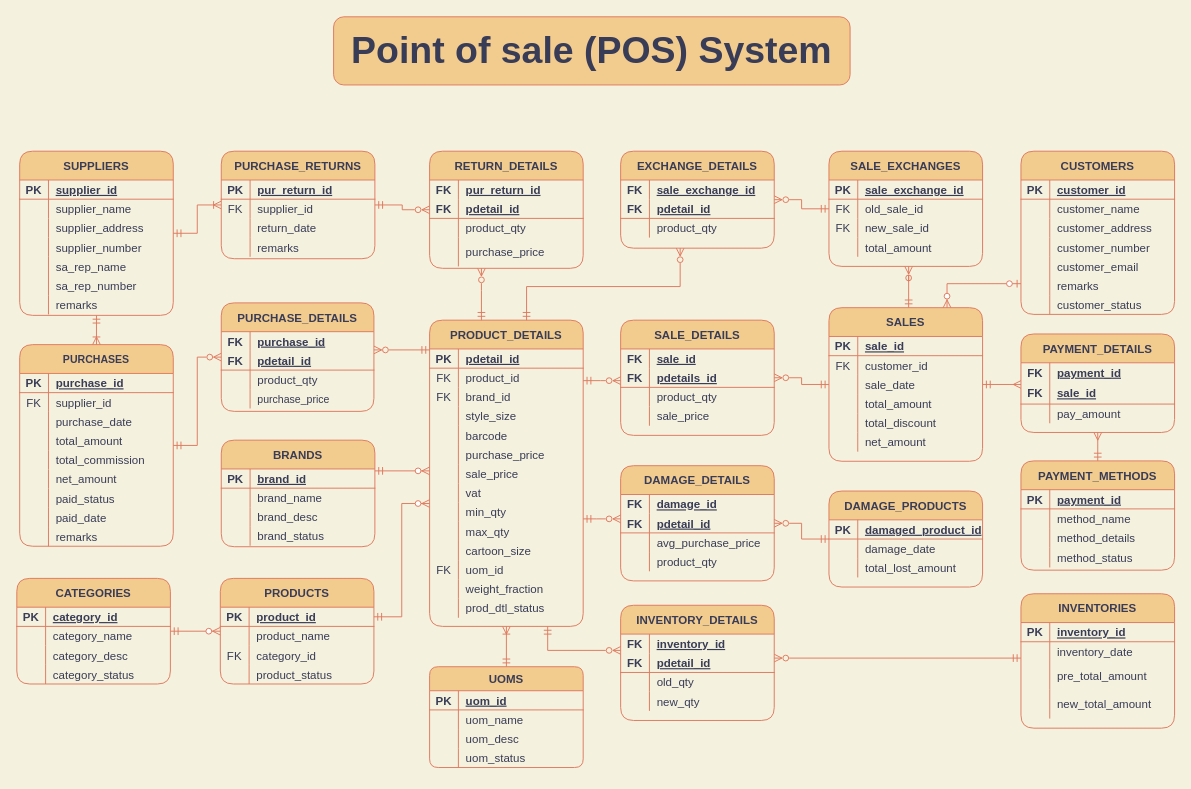
Before: ER_Diagram/POS_ERD.drawio in mdkhyruzzaman/pos_system_using_oracle_apex, a draw.io diagram. Source tidied: cells renumbered, new cells numbered last; positions are measured from the earlier drawing's top-left corner, leaving out a move shared by most shapes. Both pictures are drawn from the tidied source at 96%, with x=0, y=0 at pixel (16, 16).
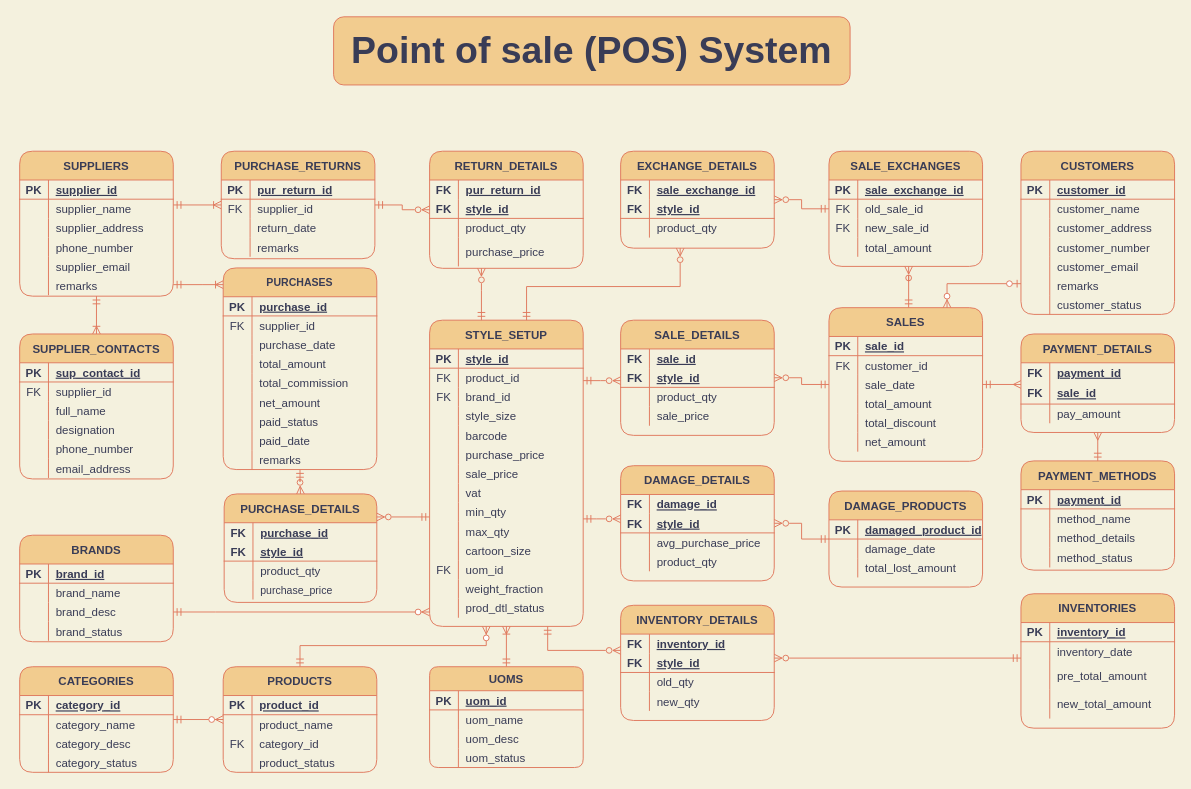
The same page after the edit.

Commit message (it also covers changes not shown here):
Modify ERD and Script

Unchanged cells that the change refers to:
```xml
<mxCell id="4" style="shape=tableRow;horizontal=0;startSize=0;swimlaneHead=0;swimlaneBody=0;fillColor=none;points=[[0,0.5],[1,0.5]];portConstraint=eastwest;top=0;left=0;right=0;bottom=1;rounded=0;shadow=0;sketch=0;swimlaneLine=1;strokeColor=#E07A5F;fontColor=#393C56;" parent="3" vertex="1">
  <mxGeometry y="30" width="160" height="20" as="geometry" />
</mxCell>
<mxCell id="17" style="shape=tableRow;horizontal=0;startSize=0;swimlaneHead=0;swimlaneBody=0;fillColor=none;top=0;left=0;right=0;bottom=1;rounded=0;shadow=0;sketch=0;swimlaneLine=1;strokeColor=#E07A5F;fontColor=#393C56;" parent="16" vertex="1">
  <mxGeometry y="30" width="160" height="20" as="geometry" />
</mxCell>
<mxCell id="74" style="shape=tableRow;horizontal=0;startSize=0;swimlaneHead=0;swimlaneBody=0;fillColor=none;points=[[0,0.5],[1,0.5]];portConstraint=eastwest;top=0;left=0;right=0;bottom=1;rounded=0;shadow=0;sketch=0;swimlaneLine=1;strokeColor=#E07A5F;fontColor=#393C56;" parent="73" vertex="1">
  <mxGeometry y="30" width="160" height="20" as="geometry" />
</mxCell>
<mxCell id="118" style="shape=tableRow;horizontal=0;startSize=0;swimlaneHead=0;swimlaneBody=0;fillColor=none;top=0;left=0;right=0;bottom=0;rounded=0;sketch=0;swimlaneLine=1;shadow=0;strokeColor=#E07A5F;fontColor=#393C56;" parent="108" vertex="1">
  <mxGeometry y="90" width="160" height="20" as="geometry" />
</mxCell>
<mxCell id="121" style="shape=tableRow;horizontal=0;startSize=0;swimlaneHead=0;swimlaneBody=0;fillColor=none;top=0;left=0;right=0;bottom=0;rounded=0;sketch=0;swimlaneLine=1;shadow=0;strokeColor=#E07A5F;fontColor=#393C56;" parent="108" vertex="1">
  <mxGeometry y="110" width="160" height="20" as="geometry" />
</mxCell>
<mxCell id="163" style="shape=tableRow;horizontal=0;startSize=0;swimlaneHead=0;swimlaneBody=0;fillColor=none;top=0;left=0;right=0;bottom=1;rounded=0;sketch=0;swimlaneLine=1;shadow=0;strokeColor=#E07A5F;fontColor=#393C56;" parent="159" vertex="1">
  <mxGeometry y="50" width="159" height="20" as="geometry" />
</mxCell>
<mxCell id="195" style="shape=tableRow;horizontal=0;startSize=0;swimlaneHead=0;swimlaneBody=0;fillColor=none;top=0;left=0;right=0;bottom=1;rounded=0;sketch=0;swimlaneLine=1;shadow=0;strokeColor=#E07A5F;fontColor=#393C56;" parent="191" vertex="1">
  <mxGeometry y="50" width="160" height="20" as="geometry" />
</mxCell>
<mxCell id="222" value="PURCHASE_RETURNS" style="shape=table;startSize=30;childLayout=tableLayout;rowLines=0;fontStyle=1;align=center;rounded=1;sketch=0;swimlaneLine=1;shadow=0;fillColor=#F2CC8F;strokeColor=#E07A5F;fontColor=#393C56;" parent="1" vertex="1">
  <mxGeometry x="213" y="140" width="160" height="112" as="geometry" />
</mxCell>
<mxCell id="239" style="shape=tableRow;horizontal=0;startSize=0;swimlaneHead=0;swimlaneBody=0;fillColor=none;top=0;left=0;right=0;bottom=1;rounded=0;sketch=0;swimlaneLine=1;shadow=0;strokeColor=#E07A5F;fontColor=#393C56;" parent="235" vertex="1">
  <mxGeometry y="50" width="160" height="20" as="geometry" />
</mxCell>
<mxCell id="281" style="shape=tableRow;horizontal=0;startSize=0;swimlaneHead=0;swimlaneBody=0;fillColor=none;top=0;left=0;right=0;bottom=1;rounded=0;sketch=0;swimlaneLine=1;shadow=0;strokeColor=#E07A5F;fontColor=#393C56;" parent="277" vertex="1">
  <mxGeometry y="50" width="160" height="20" as="geometry" />
</mxCell>
<mxCell id="304" style="shape=tableRow;horizontal=0;startSize=0;swimlaneHead=0;swimlaneBody=0;fillColor=none;top=0;left=0;right=0;bottom=1;rounded=0;sketch=0;swimlaneLine=1;shadow=0;strokeColor=#E07A5F;fontColor=#393C56;" parent="300" vertex="1">
  <mxGeometry y="50" width="160" height="20" as="geometry" />
</mxCell>
<mxCell id="332" style="shape=tableRow;horizontal=0;startSize=0;swimlaneHead=0;swimlaneBody=0;fillColor=none;top=0;left=0;right=0;bottom=1;rounded=0;sketch=0;swimlaneLine=1;shadow=0;strokeColor=#E07A5F;fontColor=#393C56;" parent="328" vertex="1">
  <mxGeometry y="50" width="160" height="20" as="geometry" />
</mxCell>
```

The edit, as a diff of the source:
```diff
@@
     <mxCell id="3" value="PRODUCTS" style="shape=table;startSize=30;childLayout=tableLayout;rowLines=0;fontStyle=1;align=center;rounded=1;shadow=0;sketch=0;swimlaneLine=1;fillColor=#F2CC8F;strokeColor=#E07A5F;fontColor=#393C56;" parent="1" vertex="1">
-      <mxGeometry x="212" y="585" width="160" height="110" as="geometry" />
+      <mxGeometry x="215" y="677" width="160" height="110" as="geometry" />
     </mxCell>
@@
-    <mxCell id="16" value="PRODUCT_DETAILS" style="shape=table;startSize=30;childLayout=tableLayout;rowLines=0;fontStyle=1;align=center;rounded=1;shadow=0;sketch=0;swimlaneLine=1;fillColor=#F2CC8F;strokeColor=#E07A5F;fontColor=#393C56;" parent="1" vertex="1">
+    <mxCell id="16" value="STYLE_SETUP" style="shape=table;startSize=30;childLayout=tableLayout;rowLines=0;fontStyle=1;align=center;rounded=1;shadow=0;sketch=0;swimlaneLine=1;fillColor=#F2CC8F;strokeColor=#E07A5F;fontColor=#393C56;" parent="1" vertex="1">
       <mxGeometry x="430" y="316" width="160" height="319" as="geometry" />
     </mxCell>
@@
-    <mxCell id="19" value="pdetail_id" style="shape=partialRectangle;fillColor=none;top=0;left=0;bottom=0;right=0;align=left;spacingLeft=6;fontStyle=5;overflow=hidden;rounded=0;shadow=0;sketch=0;swimlaneLine=1;strokeColor=#E07A5F;fontColor=#393C56;" parent="17" vertex="1">
+    <mxCell id="19" value="style_id" style="shape=partialRectangle;fillColor=none;top=0;left=0;bottom=0;right=0;align=left;spacingLeft=6;fontStyle=5;overflow=hidden;rounded=0;shadow=0;sketch=0;swimlaneLine=1;strokeColor=#E07A5F;fontColor=#393C56;" parent="17" vertex="1">
       <mxGeometry x="30" width="130" height="20" as="geometry" />
     </mxCell>
@@
     <mxCell id="73" value="BRANDS" style="shape=table;startSize=30;childLayout=tableLayout;rowLines=0;fontStyle=1;align=center;rounded=1;shadow=0;sketch=0;swimlaneLine=1;fillColor=#F2CC8F;strokeColor=#E07A5F;fontColor=#393C56;" parent="1" vertex="1">
-      <mxGeometry x="213" y="441" width="160" height="111" as="geometry" />
+      <mxGeometry x="3" y="540" width="160" height="111" as="geometry" />
     </mxCell>
@@
     <mxCell id="108" value="SUPPLIERS" style="shape=table;startSize=30;childLayout=tableLayout;rowLines=0;fontStyle=1;align=center;rounded=1;sketch=0;swimlaneLine=1;shadow=0;fillColor=#F2CC8F;strokeColor=#E07A5F;fontColor=#393C56;" parent="1" vertex="1">
-      <mxGeometry x="3" y="140" width="160" height="171" as="geometry" />
+      <mxGeometry x="3" y="140" width="160" height="151" as="geometry" />
     </mxCell>
@@
-    <mxCell id="120" value="supplier_number" style="shape=partialRectangle;fillColor=none;top=0;left=0;bottom=0;right=0;align=left;spacingLeft=6;overflow=hidden;rounded=0;sketch=0;swimlaneLine=1;shadow=0;strokeColor=#E07A5F;fontColor=#393C56;" parent="118" vertex="1">
+    <mxCell id="120" value="phone_number" style="shape=partialRectangle;fillColor=none;top=0;left=0;bottom=0;right=0;align=left;spacingLeft=6;overflow=hidden;rounded=0;sketch=0;swimlaneLine=1;shadow=0;strokeColor=#E07A5F;fontColor=#393C56;" parent="118" vertex="1">
       <mxGeometry x="30" width="130" height="20" as="geometry" />
     </mxCell>
@@
-    <mxCell id="123" value="sa_rep_name" style="shape=partialRectangle;fillColor=none;top=0;left=0;bottom=0;right=0;align=left;spacingLeft=6;overflow=hidden;rounded=0;sketch=0;swimlaneLine=1;shadow=0;strokeColor=#E07A5F;fontColor=#393C56;" parent="121" vertex="1">
+    <mxCell id="123" value="supplier_email" style="shape=partialRectangle;fillColor=none;top=0;left=0;bottom=0;right=0;align=left;spacingLeft=6;overflow=hidden;rounded=0;sketch=0;swimlaneLine=1;shadow=0;strokeColor=#E07A5F;fontColor=#393C56;" parent="121" vertex="1">
       <mxGeometry x="30" width="130" height="20" as="geometry" />
     </mxCell>
-    <mxCell id="124" style="shape=tableRow;horizontal=0;startSize=0;swimlaneHead=0;swimlaneBody=0;fillColor=none;top=0;left=0;right=0;bottom=0;rounded=0;sketch=0;swimlaneLine=1;shadow=0;strokeColor=#E07A5F;fontColor=#393C56;" parent="108" vertex="1">
-      <mxGeometry y="130" width="160" height="20" as="geometry" />
-    </mxCell>
-    <mxCell id="125" style="shape=partialRectangle;fillColor=none;top=0;left=0;bottom=0;right=0;overflow=hidden;rounded=0;sketch=0;swimlaneLine=1;shadow=0;strokeColor=#E07A5F;fontColor=#393C56;" parent="124" vertex="1">
-      <mxGeometry width="30" height="20" as="geometry" />
-    </mxCell>
-    <mxCell id="126" value="sa_rep_number" style="shape=partialRectangle;fillColor=none;top=0;left=0;bottom=0;right=0;align=left;spacingLeft=6;overflow=hidden;rounded=0;sketch=0;swimlaneLine=1;shadow=0;strokeColor=#E07A5F;fontColor=#393C56;" parent="124" vertex="1">
-      <mxGeometry x="30" width="130" height="20" as="geometry" />
-    </mxCell>
     <mxCell id="127" style="shape=tableRow;horizontal=0;startSize=0;swimlaneHead=0;swimlaneBody=0;fillColor=none;top=0;left=0;right=0;bottom=0;rounded=0;sketch=0;swimlaneLine=1;shadow=0;strokeColor=#E07A5F;fontColor=#393C56;" parent="108" vertex="1">
-      <mxGeometry y="150" width="160" height="20" as="geometry" />
+      <mxGeometry y="130" width="160" height="20" as="geometry" />
     </mxCell>
@@
     <mxCell id="130" value="PURCHASES" style="shape=table;startSize=30;childLayout=tableLayout;rowLines=0;fontStyle=1;align=center;rounded=1;sketch=0;swimlaneLine=1;shadow=0;fontSize=11;fillColor=#F2CC8F;strokeColor=#E07A5F;fontColor=#393C56;" parent="1" vertex="1">
-      <mxGeometry x="3" y="341.5" width="160" height="210" as="geometry" />
+      <mxGeometry x="215" y="261.6" width="160" height="210" as="geometry" />
     </mxCell>
@@
     <mxCell id="158" style="edgeStyle=orthogonalEdgeStyle;fontSize=12;html=1;endArrow=ERoneToMany;startArrow=ERmandOne;rounded=0;sketch=0;swimlaneLine=1;shadow=0;labelBackgroundColor=#F4F1DE;strokeColor=#E07A5F;fontColor=#393C56;" parent="1" edge="1" source="108" target="130">
-      <mxGeometry relative="1" as="geometry" />
+      <mxGeometry relative="1" as="geometry">
+        <Array as="points">
+          <mxPoint x="193" y="279" />
+          <mxPoint x="193" y="279" />
+        </Array>
+      </mxGeometry>
     </mxCell>
     <mxCell id="159" value="PURCHASE_DETAILS" style="shape=table;startSize=30;childLayout=tableLayout;rowLines=0;fontStyle=1;align=center;rounded=1;sketch=0;swimlaneLine=1;shadow=0;fillColor=#F2CC8F;strokeColor=#E07A5F;fontColor=#393C56;" parent="1" vertex="1">
-      <mxGeometry x="213" y="298" width="159" height="113" as="geometry" />
+      <mxGeometry x="216" y="497" width="159" height="113" as="geometry" />
     </mxCell>
@@
-    <mxCell id="165" value="pdetail_id" style="shape=partialRectangle;fillColor=none;top=0;left=0;bottom=0;right=0;align=left;spacingLeft=6;fontStyle=5;overflow=hidden;rounded=0;sketch=0;swimlaneLine=1;shadow=0;strokeColor=#E07A5F;fontColor=#393C56;" parent="163" vertex="1">
+    <mxCell id="165" value="style_id" style="shape=partialRectangle;fillColor=none;top=0;left=0;bottom=0;right=0;align=left;spacingLeft=6;fontStyle=5;overflow=hidden;rounded=0;sketch=0;swimlaneLine=1;shadow=0;strokeColor=#E07A5F;fontColor=#393C56;" parent="163" vertex="1">
       <mxGeometry x="30" width="129" height="20" as="geometry" />
     </mxCell>
@@
-    <mxCell id="197" value="pdetails_id" style="shape=partialRectangle;fillColor=none;top=0;left=0;bottom=0;right=0;align=left;spacingLeft=6;fontStyle=5;overflow=hidden;rounded=0;sketch=0;swimlaneLine=1;shadow=0;strokeColor=#E07A5F;fontColor=#393C56;" parent="195" vertex="1">
+    <mxCell id="197" value="style_id" style="shape=partialRectangle;fillColor=none;top=0;left=0;bottom=0;right=0;align=left;spacingLeft=6;fontStyle=5;overflow=hidden;rounded=0;sketch=0;swimlaneLine=1;shadow=0;strokeColor=#E07A5F;fontColor=#393C56;" parent="195" vertex="1">
       <mxGeometry x="30" width="130" height="20" as="geometry" />
     </mxCell>
@@
     <mxCell id="205" value="CATEGORIES" style="shape=table;startSize=30;childLayout=tableLayout;rowLines=0;fontStyle=1;align=center;rounded=1;shadow=0;sketch=0;swimlaneLine=1;fillColor=#F2CC8F;strokeColor=#E07A5F;fontColor=#393C56;" parent="1" vertex="1">
-      <mxGeometry y="585" width="160" height="110" as="geometry" />
+      <mxGeometry x="3" y="677" width="160" height="110" as="geometry" />
     </mxCell>
@@
-    <mxCell id="219" style="edgeStyle=orthogonalEdgeStyle;fontSize=12;html=1;endArrow=ERzeroToMany;startArrow=ERmandOne;rounded=0;sketch=0;swimlaneLine=1;shadow=0;labelBackgroundColor=#F4F1DE;strokeColor=#E07A5F;fontColor=#393C56;" parent="1" edge="1" source="4" target="16">
+    <mxCell id="219" style="edgeStyle=orthogonalEdgeStyle;fontSize=12;html=1;endArrow=ERzeroToMany;startArrow=ERmandOne;rounded=0;sketch=0;swimlaneLine=1;shadow=0;labelBackgroundColor=#F4F1DE;strokeColor=#E07A5F;fontColor=#393C56;" parent="1" edge="1" source="3" target="16">
       <mxGeometry relative="1" as="geometry">
         <Array as="points">
-          <mxPoint x="401" y="625" />
-          <mxPoint x="401" y="507" />
+          <mxPoint x="295" y="655" />
+          <mxPoint x="489" y="655" />
         </Array>
       </mxGeometry>
     </mxCell>
-    <mxCell id="220" style="edgeStyle=orthogonalEdgeStyle;fontSize=12;html=1;endArrow=ERzeroToMany;startArrow=ERmandOne;rounded=0;sketch=0;swimlaneLine=1;shadow=0;labelBackgroundColor=#F4F1DE;strokeColor=#E07A5F;fontColor=#393C56;" parent="1" edge="1" source="74" target="16">
+    <mxCell id="220" style="edgeStyle=orthogonalEdgeStyle;fontSize=12;html=1;endArrow=ERzeroToMany;startArrow=ERmandOne;rounded=0;sketch=0;swimlaneLine=1;shadow=0;labelBackgroundColor=#F4F1DE;strokeColor=#E07A5F;fontColor=#393C56;" parent="1" edge="1" source="73" target="16">
       <mxGeometry relative="1" as="geometry">
         <Array as="points">
-          <mxPoint x="395" y="473" />
-          <mxPoint x="395" y="473" />
+          <mxPoint x="207" y="620" />
+          <mxPoint x="207" y="620" />
         </Array>
       </mxGeometry>
     </mxCell>
     <mxCell id="221" style="edgeStyle=orthogonalEdgeStyle;fontSize=12;html=1;endArrow=ERzeroToMany;startArrow=ERmandOne;rounded=0;sketch=0;endFill=0;swimlaneLine=1;shadow=0;labelBackgroundColor=#F4F1DE;strokeColor=#E07A5F;fontColor=#393C56;" parent="1" edge="1" source="16" target="159">
       <mxGeometry relative="1" as="geometry">
         <Array as="points">
-          <mxPoint x="396" y="347" />
-          <mxPoint x="396" y="347" />
+          <mxPoint x="417" y="521" />
+          <mxPoint x="417" y="521" />
         </Array>
       </mxGeometry>
     </mxCell>
@@
-    <mxCell id="241" value="pdetail_id" style="shape=partialRectangle;fillColor=none;top=0;left=0;bottom=0;right=0;align=left;spacingLeft=6;fontStyle=5;overflow=hidden;rounded=0;sketch=0;swimlaneLine=1;shadow=0;strokeColor=#E07A5F;fontColor=#393C56;" parent="239" vertex="1">
+    <mxCell id="241" value="style_id" style="shape=partialRectangle;fillColor=none;top=0;left=0;bottom=0;right=0;align=left;spacingLeft=6;fontStyle=5;overflow=hidden;rounded=0;sketch=0;swimlaneLine=1;shadow=0;strokeColor=#E07A5F;fontColor=#393C56;" parent="239" vertex="1">
       <mxGeometry x="30" width="130" height="20" as="geometry" />
     </mxCell>
@@
     <mxCell id="248" style="edgeStyle=orthogonalEdgeStyle;fontSize=12;html=1;endArrow=ERoneToMany;startArrow=ERmandOne;rounded=0;sketch=0;swimlaneLine=1;shadow=0;labelBackgroundColor=#F4F1DE;strokeColor=#E07A5F;fontColor=#393C56;" parent="1" edge="1" source="108" target="222">
-      <mxGeometry relative="1" as="geometry" />
+      <mxGeometry relative="1" as="geometry">
+        <Array as="points">
+          <mxPoint x="168" y="196" />
+          <mxPoint x="168" y="196" />
+        </Array>
+      </mxGeometry>
     </mxCell>
@@
-    <mxCell id="283" value="pdetail_id" style="shape=partialRectangle;fillColor=none;top=0;left=0;bottom=0;right=0;align=left;spacingLeft=6;fontStyle=5;overflow=hidden;rounded=0;sketch=0;swimlaneLine=1;shadow=0;strokeColor=#E07A5F;fontColor=#393C56;" parent="281" vertex="1">
+    <mxCell id="283" value="style_id" style="shape=partialRectangle;fillColor=none;top=0;left=0;bottom=0;right=0;align=left;spacingLeft=6;fontStyle=5;overflow=hidden;rounded=0;sketch=0;swimlaneLine=1;shadow=0;strokeColor=#E07A5F;fontColor=#393C56;" parent="281" vertex="1">
       <mxGeometry x="30" width="130" height="20" as="geometry" />
     </mxCell>
@@
-    <mxCell id="306" value="pdetail_id" style="shape=partialRectangle;fillColor=none;top=0;left=0;bottom=0;right=0;align=left;spacingLeft=6;fontStyle=5;overflow=hidden;rounded=0;sketch=0;swimlaneLine=1;shadow=0;strokeColor=#E07A5F;fontColor=#393C56;" parent="304" vertex="1">
+    <mxCell id="306" value="style_id" style="shape=partialRectangle;fillColor=none;top=0;left=0;bottom=0;right=0;align=left;spacingLeft=6;fontStyle=5;overflow=hidden;rounded=0;sketch=0;swimlaneLine=1;shadow=0;strokeColor=#E07A5F;fontColor=#393C56;" parent="304" vertex="1">
       <mxGeometry x="30" width="130" height="20" as="geometry" />
     </mxCell>
@@
-    <mxCell id="334" value="pdetail_id" style="shape=partialRectangle;fillColor=none;top=0;left=0;bottom=0;right=0;align=left;spacingLeft=6;fontStyle=5;overflow=hidden;rounded=0;sketch=0;swimlaneLine=1;shadow=0;strokeColor=#E07A5F;fontColor=#393C56;" parent="332" vertex="1">
+    <mxCell id="334" value="style_id" style="shape=partialRectangle;fillColor=none;top=0;left=0;bottom=0;right=0;align=left;spacingLeft=6;fontStyle=5;overflow=hidden;rounded=0;sketch=0;swimlaneLine=1;shadow=0;strokeColor=#E07A5F;fontColor=#393C56;" parent="332" vertex="1">
       <mxGeometry x="30" width="130" height="20" as="geometry" />
     </mxCell>
@@
+    <mxCell id="358" value="SUPPLIER_CONTACTS" style="shape=table;startSize=30;childLayout=tableLayout;rowLines=0;fontStyle=1;align=center;rounded=1;sketch=0;swimlaneLine=1;shadow=0;fillColor=#F2CC8F;strokeColor=#E07A5F;fontColor=#393C56;" parent="1" vertex="1">
+      <mxGeometry x="3" y="330.4" width="160" height="151" as="geometry" />
+    </mxCell>
+    <mxCell id="359" style="shape=tableRow;horizontal=0;startSize=0;swimlaneHead=0;swimlaneBody=0;fillColor=none;top=0;left=0;right=0;bottom=1;rounded=0;sketch=0;swimlaneLine=1;shadow=0;strokeColor=#E07A5F;fontColor=#393C56;" parent="358" vertex="1">
+      <mxGeometry y="30" width="160" height="20" as="geometry" />
+    </mxCell>
+    <mxCell id="360" value="PK" style="shape=partialRectangle;fillColor=none;top=0;left=0;bottom=0;right=0;fontStyle=1;overflow=hidden;rounded=0;sketch=0;swimlaneLine=1;shadow=0;strokeColor=#E07A5F;fontColor=#393C56;" parent="359" vertex="1">
+      <mxGeometry width="30" height="20" as="geometry" />
+    </mxCell>
+    <mxCell id="361" value="sup_contact_id" style="shape=partialRectangle;fillColor=none;top=0;left=0;bottom=0;right=0;align=left;spacingLeft=6;fontStyle=5;overflow=hidden;rounded=0;sketch=0;swimlaneLine=1;shadow=0;strokeColor=#E07A5F;fontColor=#393C56;" parent="359" vertex="1">
+      <mxGeometry x="30" width="130" height="20" as="geometry" />
+    </mxCell>
+    <mxCell id="362" style="shape=tableRow;horizontal=0;startSize=0;swimlaneHead=0;swimlaneBody=0;fillColor=none;top=0;left=0;right=0;bottom=0;rounded=0;sketch=0;swimlaneLine=1;shadow=0;strokeColor=#E07A5F;fontColor=#393C56;" parent="358" vertex="1">
+      <mxGeometry y="50" width="160" height="20" as="geometry" />
+    </mxCell>
+    <mxCell id="363" value="FK" style="shape=partialRectangle;fillColor=none;top=0;left=0;bottom=0;right=0;overflow=hidden;rounded=0;sketch=0;swimlaneLine=1;shadow=0;strokeColor=#E07A5F;fontColor=#393C56;" parent="362" vertex="1">
+      <mxGeometry width="30" height="20" as="geometry" />
+    </mxCell>
+    <mxCell id="364" value="supplier_id" style="shape=partialRectangle;fillColor=none;top=0;left=0;bottom=0;right=0;align=left;spacingLeft=6;overflow=hidden;rounded=0;sketch=0;swimlaneLine=1;shadow=0;strokeColor=#E07A5F;fontColor=#393C56;" parent="362" vertex="1">
+      <mxGeometry x="30" width="130" height="20" as="geometry" />
+    </mxCell>
+    <mxCell id="365" style="shape=tableRow;horizontal=0;startSize=0;swimlaneHead=0;swimlaneBody=0;fillColor=none;top=0;left=0;right=0;bottom=0;rounded=0;sketch=0;swimlaneLine=1;shadow=0;strokeColor=#E07A5F;fontColor=#393C56;" parent="358" vertex="1">
+      <mxGeometry y="70" width="160" height="20" as="geometry" />
+    </mxCell>
+    <mxCell id="366" style="shape=partialRectangle;fillColor=none;top=0;left=0;bottom=0;right=0;overflow=hidden;rounded=0;sketch=0;swimlaneLine=1;shadow=0;strokeColor=#E07A5F;fontColor=#393C56;" parent="365" vertex="1">
+      <mxGeometry width="30" height="20" as="geometry" />
+    </mxCell>
+    <mxCell id="367" value="full_name" style="shape=partialRectangle;fillColor=none;top=0;left=0;bottom=0;right=0;align=left;spacingLeft=6;overflow=hidden;rounded=0;sketch=0;swimlaneLine=1;shadow=0;strokeColor=#E07A5F;fontColor=#393C56;" parent="365" vertex="1">
+      <mxGeometry x="30" width="130" height="20" as="geometry" />
+    </mxCell>
+    <mxCell id="368" style="shape=tableRow;horizontal=0;startSize=0;swimlaneHead=0;swimlaneBody=0;fillColor=none;top=0;left=0;right=0;bottom=0;rounded=0;sketch=0;swimlaneLine=1;shadow=0;strokeColor=#E07A5F;fontColor=#393C56;" parent="358" vertex="1">
+      <mxGeometry y="90" width="160" height="20" as="geometry" />
+    </mxCell>
+    <mxCell id="369" style="shape=partialRectangle;fillColor=none;top=0;left=0;bottom=0;right=0;overflow=hidden;rounded=0;sketch=0;swimlaneLine=1;shadow=0;strokeColor=#E07A5F;fontColor=#393C56;" parent="368" vertex="1">
+      <mxGeometry width="30" height="20" as="geometry" />
+    </mxCell>
+    <mxCell id="370" value="designation" style="shape=partialRectangle;fillColor=none;top=0;left=0;bottom=0;right=0;align=left;spacingLeft=6;overflow=hidden;rounded=0;sketch=0;swimlaneLine=1;shadow=0;strokeColor=#E07A5F;fontColor=#393C56;" parent="368" vertex="1">
+      <mxGeometry x="30" width="130" height="20" as="geometry" />
+    </mxCell>
+    <mxCell id="371" style="shape=tableRow;horizontal=0;startSize=0;swimlaneHead=0;swimlaneBody=0;fillColor=none;top=0;left=0;right=0;bottom=0;rounded=0;sketch=0;swimlaneLine=1;shadow=0;strokeColor=#E07A5F;fontColor=#393C56;" parent="358" vertex="1">
+      <mxGeometry y="110" width="160" height="20" as="geometry" />
+    </mxCell>
+    <mxCell id="372" style="shape=partialRectangle;fillColor=none;top=0;left=0;bottom=0;right=0;overflow=hidden;rounded=0;sketch=0;swimlaneLine=1;shadow=0;strokeColor=#E07A5F;fontColor=#393C56;" parent="371" vertex="1">
+      <mxGeometry width="30" height="20" as="geometry" />
+    </mxCell>
+    <mxCell id="373" value="phone_number" style="shape=partialRectangle;fillColor=none;top=0;left=0;bottom=0;right=0;align=left;spacingLeft=6;overflow=hidden;rounded=0;sketch=0;swimlaneLine=1;shadow=0;strokeColor=#E07A5F;fontColor=#393C56;" parent="371" vertex="1">
+      <mxGeometry x="30" width="130" height="20" as="geometry" />
+    </mxCell>
+    <mxCell id="124" style="shape=tableRow;horizontal=0;startSize=0;swimlaneHead=0;swimlaneBody=0;fillColor=none;top=0;left=0;right=0;bottom=0;rounded=0;sketch=0;swimlaneLine=1;shadow=0;strokeColor=#E07A5F;fontColor=#393C56;" parent="358" vertex="1">
+      <mxGeometry y="130" width="160" height="20" as="geometry" />
+    </mxCell>
+    <mxCell id="374" style="shape=partialRectangle;fillColor=none;top=0;left=0;bottom=0;right=0;overflow=hidden;rounded=0;sketch=0;swimlaneLine=1;shadow=0;strokeColor=#E07A5F;fontColor=#393C56;" parent="124" vertex="1">
+      <mxGeometry width="30" height="20" as="geometry" />
+    </mxCell>
+    <mxCell id="375" value="email_address" style="shape=partialRectangle;fillColor=none;top=0;left=0;bottom=0;right=0;align=left;spacingLeft=6;overflow=hidden;rounded=0;sketch=0;swimlaneLine=1;shadow=0;strokeColor=#E07A5F;fontColor=#393C56;" parent="124" vertex="1">
+      <mxGeometry x="30" width="130" height="20" as="geometry" />
+    </mxCell>
+    <mxCell id="376" style="edgeStyle=orthogonalEdgeStyle;fontSize=12;html=1;endArrow=ERoneToMany;startArrow=ERmandOne;rounded=0;sketch=0;swimlaneLine=1;shadow=0;labelBackgroundColor=#F4F1DE;strokeColor=#E07A5F;fontColor=#393C56;" parent="1" edge="1" source="108" target="358">
+      <mxGeometry relative="1" as="geometry" />
+    </mxCell>
```
